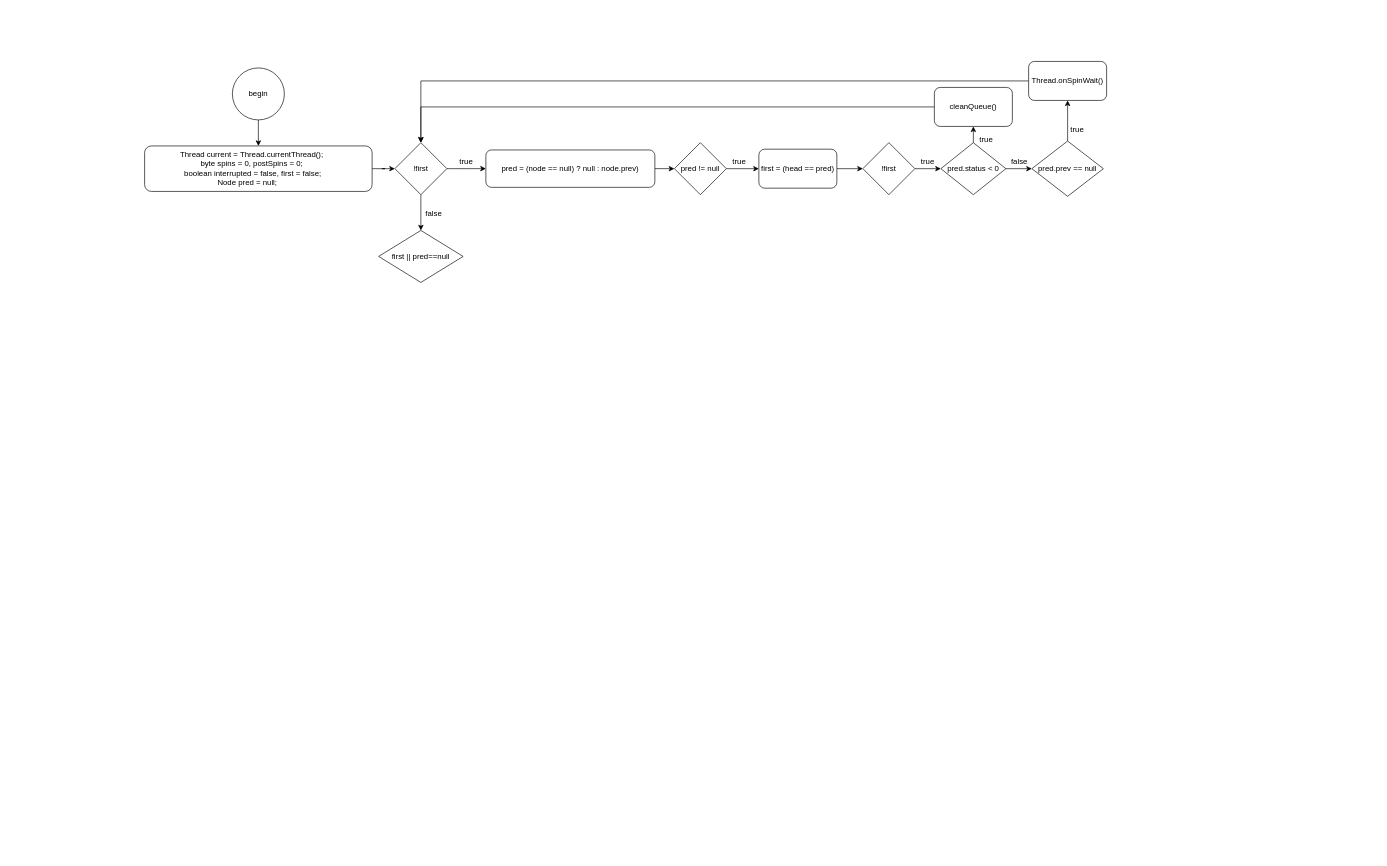
Earlier version of the draw.io diagram AQS-aquire.drawio (lexee/learning). Source tidied: cells renumbered, new cells numbered last; positions are measured from the earlier drawing's top-left corner, leaving out a move shared by most shapes. Both pictures are drawn from the tidied source at 65%, with x=0, y=0 at pixel (144, 61).
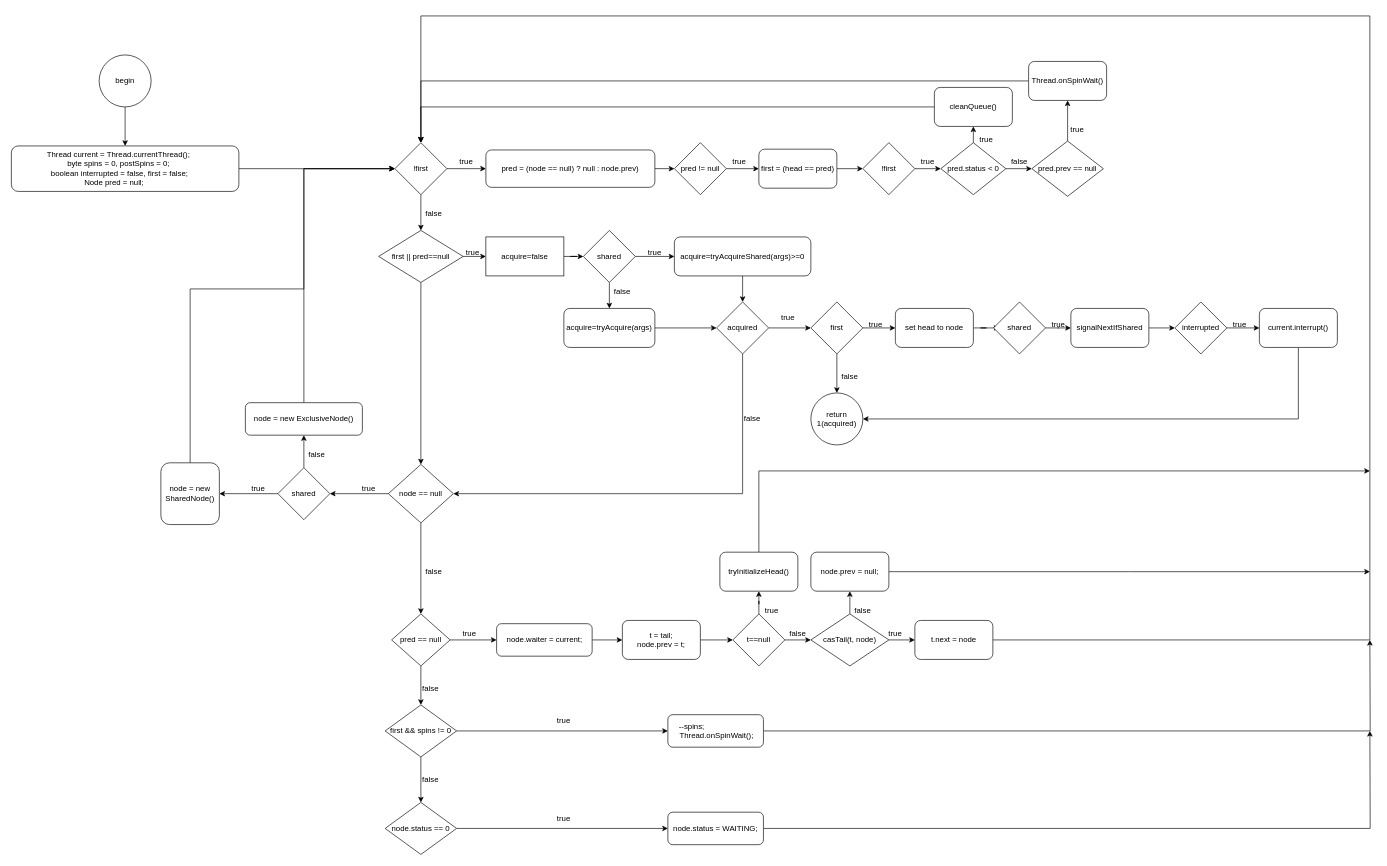
The same page after the edit.

The change refers to these unchanged cells:
```xml
<mxCell id="8" value="!first" style="rhombus;whiteSpace=wrap;html=1;" parent="1" vertex="1">
  <mxGeometry x="385" y="125" width="80" height="80" as="geometry" />
</mxCell>
<mxCell id="32" value="first || pred==null" style="rhombus;whiteSpace=wrap;html=1;" parent="1" vertex="1">
  <mxGeometry x="360" y="260" width="130" height="80" as="geometry" />
</mxCell>
```

What changed in the source:
```diff
@@
     <mxCell id="3" value="begin" style="ellipse;whiteSpace=wrap;html=1;" parent="1" vertex="1">
-      <mxGeometry x="135" y="10" width="80" height="80" as="geometry" />
+      <mxGeometry x="-70" y="-10" width="80" height="80" as="geometry" />
     </mxCell>
@@
     <mxCell id="5" value="&lt;div&gt;Thread current = Thread.currentThread();&amp;nbsp;&amp;nbsp;&amp;nbsp;&amp;nbsp;&amp;nbsp;&amp;nbsp; &lt;br&gt;&lt;/div&gt;&lt;div&gt;&amp;nbsp;byte spins = 0, postSpins = 0;&amp;nbsp;&amp;nbsp;&amp;nbsp;&amp;nbsp;&amp;nbsp;&amp;nbsp;&amp;nbsp; &lt;br&gt;&lt;/div&gt;&lt;div&gt;&amp;nbsp;boolean interrupted = false, first = false;&amp;nbsp;&amp;nbsp;&amp;nbsp;&amp;nbsp;&amp;nbsp;&amp;nbsp; &lt;br&gt;&lt;/div&gt;&lt;div&gt;&amp;nbsp;Node pred = null;&amp;nbsp; &amp;nbsp; &amp;nbsp; &amp;nbsp; &amp;nbsp; &amp;nbsp; &lt;/div&gt;" style="rounded=1;whiteSpace=wrap;html=1;" parent="1" vertex="1">
-      <mxGeometry y="130" width="350" height="70" as="geometry" />
+      <mxGeometry x="-205" y="130" width="350" height="70" as="geometry" />
     </mxCell>
@@
+    <mxCell id="34" style="edgeStyle=orthogonalEdgeStyle;rounded=0;jettySize=auto;html=1;exitX=1;exitY=0.5;exitDx=0;exitDy=0;entryX=0;entryY=0.5;entryDx=0;entryDy=0;" parent="1" edge="1" source="32" target="37">
+      <mxGeometry relative="1" as="geometry" />
+    </mxCell>
+    <mxCell id="35" style="edgeStyle=orthogonalEdgeStyle;rounded=0;jettySize=auto;html=1;" parent="1" edge="1" source="32" target="70">
+      <mxGeometry relative="1" as="geometry" />
+    </mxCell>
@@
+    <mxCell id="36" style="edgeStyle=orthogonalEdgeStyle;rounded=0;jettySize=auto;html=1;entryX=0;entryY=0.5;entryDx=0;entryDy=0;" parent="1" edge="1" source="37" target="40">
+      <mxGeometry relative="1" as="geometry" />
+    </mxCell>
+    <mxCell id="37" value="acquire=false" style="rounded=0;whiteSpace=wrap;html=1;" parent="1" vertex="1">
+      <mxGeometry x="525" y="270" width="120" height="60" as="geometry" />
+    </mxCell>
+    <mxCell id="38" style="edgeStyle=orthogonalEdgeStyle;rounded=0;jettySize=auto;html=1;entryX=0;entryY=0.5;entryDx=0;entryDy=0;" parent="1" edge="1" source="40" target="43">
+      <mxGeometry relative="1" as="geometry" />
+    </mxCell>
+    <mxCell id="39" style="edgeStyle=orthogonalEdgeStyle;rounded=0;jettySize=auto;html=1;exitX=0.5;exitY=1;exitDx=0;exitDy=0;" parent="1" edge="1" source="40" target="46">
+      <mxGeometry relative="1" as="geometry" />
+    </mxCell>
+    <mxCell id="40" value="shared" style="rhombus;whiteSpace=wrap;html=1;" parent="1" vertex="1">
+      <mxGeometry x="675" y="260" width="80" height="80" as="geometry" />
+    </mxCell>
+    <mxCell id="41" value="true" style="text;html=1;strokeColor=none;fillColor=none;align=center;verticalAlign=middle;whiteSpace=wrap;rounded=0;" parent="1" vertex="1">
+      <mxGeometry x="475" y="280" width="60" height="30" as="geometry" />
+    </mxCell>
+    <mxCell id="42" style="edgeStyle=orthogonalEdgeStyle;rounded=0;jettySize=auto;html=1;" parent="1" edge="1" source="43" target="50">
+      <mxGeometry relative="1" as="geometry" />
+    </mxCell>
+    <mxCell id="43" value="acquire=tryAcquireShared(args)&amp;gt;=0" style="rounded=1;whiteSpace=wrap;html=1;" parent="1" vertex="1">
+      <mxGeometry x="815" y="270" width="210" height="60" as="geometry" />
+    </mxCell>
+    <mxCell id="44" value="true" style="text;html=1;strokeColor=none;fillColor=none;align=center;verticalAlign=middle;whiteSpace=wrap;rounded=0;" parent="1" vertex="1">
+      <mxGeometry x="755" y="280" width="60" height="30" as="geometry" />
+    </mxCell>
+    <mxCell id="45" style="edgeStyle=orthogonalEdgeStyle;rounded=0;jettySize=auto;html=1;" parent="1" edge="1" source="46" target="50">
+      <mxGeometry relative="1" as="geometry" />
+    </mxCell>
+    <mxCell id="46" value="acquire=tryAcquire(args)" style="rounded=1;whiteSpace=wrap;html=1;" parent="1" vertex="1">
+      <mxGeometry x="645" y="380" width="140" height="60" as="geometry" />
+    </mxCell>
+    <mxCell id="47" value="false" style="text;html=1;strokeColor=none;fillColor=none;align=center;verticalAlign=middle;whiteSpace=wrap;rounded=0;" parent="1" vertex="1">
+      <mxGeometry x="705" y="340" width="60" height="30" as="geometry" />
+    </mxCell>
+    <mxCell id="48" style="edgeStyle=orthogonalEdgeStyle;rounded=0;jettySize=auto;html=1;entryX=0;entryY=0.5;entryDx=0;entryDy=0;" parent="1" edge="1" source="50" target="53">
+      <mxGeometry relative="1" as="geometry" />
+    </mxCell>
+    <mxCell id="49" style="edgeStyle=orthogonalEdgeStyle;rounded=0;jettySize=auto;html=1;entryX=1;entryY=0.5;entryDx=0;entryDy=0;" parent="1" edge="1" source="50" target="70">
+      <mxGeometry relative="1" as="geometry">
+        <Array as="points">
+          <mxPoint x="920" y="665" />
+        </Array>
+      </mxGeometry>
+    </mxCell>
+    <mxCell id="50" value="acquired" style="rhombus;whiteSpace=wrap;html=1;" parent="1" vertex="1">
+      <mxGeometry x="880" y="370" width="80" height="80" as="geometry" />
+    </mxCell>
+    <mxCell id="51" style="edgeStyle=orthogonalEdgeStyle;rounded=0;jettySize=auto;html=1;exitX=1;exitY=0.5;exitDx=0;exitDy=0;entryX=0;entryY=0.5;entryDx=0;entryDy=0;" parent="1" edge="1" source="53" target="56">
+      <mxGeometry relative="1" as="geometry" />
+    </mxCell>
+    <mxCell id="52" style="edgeStyle=orthogonalEdgeStyle;rounded=0;jettySize=auto;html=1;entryX=0.5;entryY=0;entryDx=0;entryDy=0;" parent="1" edge="1" source="53" target="68">
+      <mxGeometry relative="1" as="geometry" />
+    </mxCell>
+    <mxCell id="53" value="first" style="rhombus;whiteSpace=wrap;html=1;" parent="1" vertex="1">
+      <mxGeometry x="1025" y="370" width="80" height="80" as="geometry" />
+    </mxCell>
+    <mxCell id="54" value="true" style="text;html=1;strokeColor=none;fillColor=none;align=center;verticalAlign=middle;whiteSpace=wrap;rounded=0;" parent="1" vertex="1">
+      <mxGeometry x="960" y="380" width="60" height="30" as="geometry" />
+    </mxCell>
+    <mxCell id="55" style="edgeStyle=orthogonalEdgeStyle;rounded=0;jettySize=auto;html=1;entryX=0.113;entryY=0.5;entryDx=0;entryDy=0;entryPerimeter=0;" parent="1" edge="1" source="56" target="59">
+      <mxGeometry relative="1" as="geometry" />
+    </mxCell>
+    <mxCell id="56" value="set head to node" style="rounded=1;whiteSpace=wrap;html=1;" parent="1" vertex="1">
+      <mxGeometry x="1155" y="380" width="120" height="60" as="geometry" />
+    </mxCell>
+    <mxCell id="57" value="true" style="text;html=1;strokeColor=none;fillColor=none;align=center;verticalAlign=middle;whiteSpace=wrap;rounded=0;" parent="1" vertex="1">
+      <mxGeometry x="1095" y="390" width="60" height="30" as="geometry" />
+    </mxCell>
+    <mxCell id="58" style="edgeStyle=orthogonalEdgeStyle;rounded=0;jettySize=auto;html=1;entryX=0;entryY=0.5;entryDx=0;entryDy=0;" parent="1" edge="1" source="59" target="61">
+      <mxGeometry relative="1" as="geometry" />
+    </mxCell>
+    <mxCell id="59" value="shared" style="rhombus;whiteSpace=wrap;html=1;" parent="1" vertex="1">
+      <mxGeometry x="1306" y="370" width="80" height="80" as="geometry" />
+    </mxCell>
+    <mxCell id="60" style="edgeStyle=orthogonalEdgeStyle;rounded=0;jettySize=auto;html=1;entryX=0;entryY=0.5;entryDx=0;entryDy=0;" parent="1" edge="1" source="61" target="64">
+      <mxGeometry relative="1" as="geometry" />
+    </mxCell>
+    <mxCell id="61" value="signalNextIfShared" style="rounded=1;whiteSpace=wrap;html=1;" parent="1" vertex="1">
+      <mxGeometry x="1425" y="380" width="120" height="60" as="geometry" />
+    </mxCell>
+    <mxCell id="62" value="true" style="text;html=1;strokeColor=none;fillColor=none;align=center;verticalAlign=middle;whiteSpace=wrap;rounded=0;" parent="1" vertex="1">
+      <mxGeometry x="1376" y="390" width="60" height="30" as="geometry" />
+    </mxCell>
+    <mxCell id="63" style="edgeStyle=orthogonalEdgeStyle;rounded=0;jettySize=auto;html=1;entryX=0;entryY=0.5;entryDx=0;entryDy=0;" parent="1" edge="1" source="64" target="66">
+      <mxGeometry relative="1" as="geometry" />
+    </mxCell>
+    <mxCell id="64" value="interrupted" style="rhombus;whiteSpace=wrap;html=1;" parent="1" vertex="1">
+      <mxGeometry x="1585" y="370" width="80" height="80" as="geometry" />
+    </mxCell>
+    <mxCell id="65" style="edgeStyle=orthogonalEdgeStyle;rounded=0;jettySize=auto;html=1;entryX=1;entryY=0.5;entryDx=0;entryDy=0;" parent="1" edge="1" source="66" target="68">
+      <mxGeometry relative="1" as="geometry">
+        <Array as="points">
+          <mxPoint x="1775" y="550" />
+        </Array>
+      </mxGeometry>
+    </mxCell>
+    <mxCell id="66" value="current.interrupt()" style="rounded=1;whiteSpace=wrap;html=1;" parent="1" vertex="1">
+      <mxGeometry x="1715" y="380" width="120" height="60" as="geometry" />
+    </mxCell>
+    <mxCell id="67" value="true" style="text;html=1;strokeColor=none;fillColor=none;align=center;verticalAlign=middle;whiteSpace=wrap;rounded=0;" parent="1" vertex="1">
+      <mxGeometry x="1655" y="390" width="60" height="30" as="geometry" />
+    </mxCell>
+    <mxCell id="68" value="return 1(acquired)" style="ellipse;whiteSpace=wrap;html=1;" parent="1" vertex="1">
+      <mxGeometry x="1025" y="510" width="80" height="80" as="geometry" />
+    </mxCell>
+    <mxCell id="69" style="edgeStyle=orthogonalEdgeStyle;rounded=0;jettySize=auto;html=1;" parent="1" edge="1" source="70" target="84">
+      <mxGeometry relative="1" as="geometry" />
+    </mxCell>
+    <mxCell id="70" value="node == null" style="rhombus;whiteSpace=wrap;html=1;rotation=0;" parent="1" vertex="1">
+      <mxGeometry x="375" y="620" width="100" height="90" as="geometry" />
+    </mxCell>
+    <mxCell id="71" style="edgeStyle=orthogonalEdgeStyle;rounded=0;jettySize=auto;html=1;" parent="1" edge="1" source="73" target="77">
+      <mxGeometry relative="1" as="geometry" />
+    </mxCell>
+    <mxCell id="72" style="edgeStyle=orthogonalEdgeStyle;rounded=0;jettySize=auto;html=1;" parent="1" edge="1" source="73" target="79">
+      <mxGeometry relative="1" as="geometry" />
+    </mxCell>
+    <mxCell id="73" value="shared" style="rhombus;whiteSpace=wrap;html=1;" parent="1" vertex="1">
+      <mxGeometry x="205" y="625" width="80" height="80" as="geometry" />
+    </mxCell>
+    <mxCell id="74" style="edgeStyle=orthogonalEdgeStyle;rounded=0;jettySize=auto;html=1;" parent="1" edge="1" source="70" target="73">
+      <mxGeometry relative="1" as="geometry" />
+    </mxCell>
+    <mxCell id="75" value="true" style="text;html=1;strokeColor=none;fillColor=none;align=center;verticalAlign=middle;whiteSpace=wrap;rounded=0;" parent="1" vertex="1">
+      <mxGeometry x="315" y="642.5" width="60" height="30" as="geometry" />
+    </mxCell>
+    <mxCell id="76" style="edgeStyle=orthogonalEdgeStyle;rounded=0;jettySize=auto;html=1;entryX=0;entryY=0.5;entryDx=0;entryDy=0;" parent="1" edge="1" source="77" target="8">
+      <mxGeometry relative="1" as="geometry">
+        <Array as="points">
+          <mxPoint x="70" y="350" />
+          <mxPoint x="245" y="350" />
+          <mxPoint x="245" y="165" />
+        </Array>
+      </mxGeometry>
+    </mxCell>
+    <mxCell id="77" value="node = new SharedNode()" style="rounded=1;whiteSpace=wrap;html=1;direction=south;" parent="1" vertex="1">
+      <mxGeometry x="25" y="617.5" width="90" height="95" as="geometry" />
+    </mxCell>
+    <mxCell id="78" style="edgeStyle=orthogonalEdgeStyle;rounded=0;jettySize=auto;html=1;entryX=0;entryY=0.5;entryDx=0;entryDy=0;" parent="1" edge="1" source="79" target="8">
+      <mxGeometry relative="1" as="geometry">
+        <Array as="points">
+          <mxPoint x="245" y="165" />
+        </Array>
+      </mxGeometry>
+    </mxCell>
+    <mxCell id="79" value="node = new ExclusiveNode()" style="rounded=1;whiteSpace=wrap;html=1;" parent="1" vertex="1">
+      <mxGeometry x="155" y="525" width="180" height="50" as="geometry" />
+    </mxCell>
+    <mxCell id="80" value="true" style="text;html=1;strokeColor=none;fillColor=none;align=center;verticalAlign=middle;whiteSpace=wrap;rounded=0;" parent="1" vertex="1">
+      <mxGeometry x="145" y="642.5" width="60" height="30" as="geometry" />
+    </mxCell>
+    <mxCell id="81" value="false" style="text;html=1;strokeColor=none;fillColor=none;align=center;verticalAlign=middle;whiteSpace=wrap;rounded=0;" parent="1" vertex="1">
+      <mxGeometry x="235" y="590" width="60" height="30" as="geometry" />
+    </mxCell>
+    <mxCell id="82" style="edgeStyle=orthogonalEdgeStyle;rounded=0;jettySize=auto;html=1;" parent="1" edge="1" source="84" target="87">
+      <mxGeometry relative="1" as="geometry" />
+    </mxCell>
+    <mxCell id="83" style="edgeStyle=orthogonalEdgeStyle;rounded=0;jettySize=auto;html=1;" parent="1" edge="1" source="84" target="109">
+      <mxGeometry relative="1" as="geometry" />
+    </mxCell>
+    <mxCell id="84" value="pred == null" style="rhombus;whiteSpace=wrap;html=1;" parent="1" vertex="1">
+      <mxGeometry x="380" y="850" width="90" height="80" as="geometry" />
+    </mxCell>
+    <mxCell id="85" value="false" style="text;html=1;strokeColor=none;fillColor=none;align=center;verticalAlign=middle;whiteSpace=wrap;rounded=0;" parent="1" vertex="1">
+      <mxGeometry x="415" y="770" width="60" height="30" as="geometry" />
+    </mxCell>
+    <mxCell id="86" style="edgeStyle=orthogonalEdgeStyle;rounded=0;jettySize=auto;html=1;" parent="1" edge="1" source="87" target="89">
+      <mxGeometry relative="1" as="geometry" />
+    </mxCell>
+    <mxCell id="87" value="node.waiter = current;" style="rounded=1;whiteSpace=wrap;html=1;" parent="1" vertex="1">
+      <mxGeometry x="541.5" y="865" width="147" height="50" as="geometry" />
+    </mxCell>
+    <mxCell id="88" style="edgeStyle=orthogonalEdgeStyle;rounded=0;jettySize=auto;html=1;" parent="1" edge="1" source="89" target="92">
+      <mxGeometry relative="1" as="geometry" />
+    </mxCell>
+    <mxCell id="89" value="&lt;div&gt;t = tail;&lt;/div&gt;&lt;div&gt;node.prev = t;&lt;br&gt;&lt;/div&gt;" style="rounded=1;whiteSpace=wrap;html=1;" parent="1" vertex="1">
+      <mxGeometry x="735" y="860" width="120" height="60" as="geometry" />
+    </mxCell>
+    <mxCell id="90" style="edgeStyle=orthogonalEdgeStyle;rounded=0;jettySize=auto;html=1;" parent="1" edge="1" source="92" target="94">
+      <mxGeometry relative="1" as="geometry" />
+    </mxCell>
+    <mxCell id="91" style="edgeStyle=orthogonalEdgeStyle;rounded=0;jettySize=auto;html=1;" parent="1" edge="1" source="92" target="98">
+      <mxGeometry relative="1" as="geometry" />
+    </mxCell>
+    <mxCell id="92" value="t==null" style="rhombus;whiteSpace=wrap;html=1;" parent="1" vertex="1">
+      <mxGeometry x="905" y="850" width="80" height="80" as="geometry" />
+    </mxCell>
+    <mxCell id="93" style="edgeStyle=orthogonalEdgeStyle;rounded=0;jettySize=auto;html=1;" parent="1" edge="1" source="94">
+      <mxGeometry relative="1" as="geometry">
+        <mxPoint x="1885" y="630" as="targetPoint" />
+        <Array as="points">
+          <mxPoint x="945" y="630" />
+        </Array>
+      </mxGeometry>
+    </mxCell>
+    <mxCell id="94" value="tryInitializeHead()" style="rounded=1;whiteSpace=wrap;html=1;" parent="1" vertex="1">
+      <mxGeometry x="885" y="755" width="120" height="60" as="geometry" />
+    </mxCell>
+    <mxCell id="95" value="true" style="text;html=1;strokeColor=none;fillColor=none;align=center;verticalAlign=middle;whiteSpace=wrap;rounded=0;" parent="1" vertex="1">
+      <mxGeometry x="935" y="830" width="60" height="30" as="geometry" />
+    </mxCell>
+    <mxCell id="96" style="edgeStyle=orthogonalEdgeStyle;rounded=0;jettySize=auto;html=1;exitX=0.5;exitY=0;exitDx=0;exitDy=0;entryX=0.5;entryY=1;entryDx=0;entryDy=0;" parent="1" edge="1" source="98" target="101">
+      <mxGeometry relative="1" as="geometry" />
+    </mxCell>
+    <mxCell id="97" style="edgeStyle=orthogonalEdgeStyle;rounded=0;jettySize=auto;html=1;" parent="1" edge="1" source="98" target="104">
+      <mxGeometry relative="1" as="geometry" />
+    </mxCell>
+    <mxCell id="98" value="casTail(t, node)" style="rhombus;whiteSpace=wrap;html=1;" parent="1" vertex="1">
+      <mxGeometry x="1025" y="850" width="120" height="80" as="geometry" />
+    </mxCell>
+    <mxCell id="99" value="false" style="text;html=1;strokeColor=none;fillColor=none;align=center;verticalAlign=middle;whiteSpace=wrap;rounded=0;" parent="1" vertex="1">
+      <mxGeometry x="975" y="865" width="60" height="30" as="geometry" />
+    </mxCell>
+    <mxCell id="100" style="edgeStyle=orthogonalEdgeStyle;rounded=0;jettySize=auto;html=1;" parent="1" edge="1" source="101">
+      <mxGeometry relative="1" as="geometry">
+        <mxPoint x="1885" y="785" as="targetPoint" />
+      </mxGeometry>
+    </mxCell>
+    <mxCell id="101" value="node.prev = null;" style="rounded=1;whiteSpace=wrap;html=1;" parent="1" vertex="1">
+      <mxGeometry x="1025" y="755" width="120" height="60" as="geometry" />
+    </mxCell>
+    <mxCell id="102" value="false" style="text;html=1;strokeColor=none;fillColor=none;align=center;verticalAlign=middle;whiteSpace=wrap;rounded=0;" parent="1" vertex="1">
+      <mxGeometry x="1075" y="830" width="60" height="30" as="geometry" />
+    </mxCell>
+    <mxCell id="103" style="edgeStyle=orthogonalEdgeStyle;rounded=0;jettySize=auto;html=1;exitX=1;exitY=0.5;exitDx=0;exitDy=0;entryX=0.5;entryY=0;entryDx=0;entryDy=0;" parent="1" edge="1" source="104" target="8">
+      <mxGeometry relative="1" as="geometry">
+        <Array as="points">
+          <mxPoint x="1885" y="890" />
+          <mxPoint x="1885" y="-70" />
+          <mxPoint x="425" y="-70" />
+        </Array>
+      </mxGeometry>
+    </mxCell>
+    <mxCell id="104" value="t.next = node" style="rounded=1;whiteSpace=wrap;html=1;" parent="1" vertex="1">
+      <mxGeometry x="1185" y="860" width="120" height="60" as="geometry" />
+    </mxCell>
+    <mxCell id="105" value="true" style="text;html=1;strokeColor=none;fillColor=none;align=center;verticalAlign=middle;whiteSpace=wrap;rounded=0;" parent="1" vertex="1">
+      <mxGeometry x="1125" y="865" width="60" height="30" as="geometry" />
+    </mxCell>
+    <mxCell id="106" value="true" style="text;html=1;strokeColor=none;fillColor=none;align=center;verticalAlign=middle;whiteSpace=wrap;rounded=0;" parent="1" vertex="1">
+      <mxGeometry x="470" y="865" width="60" height="30" as="geometry" />
+    </mxCell>
+    <mxCell id="107" style="edgeStyle=orthogonalEdgeStyle;rounded=0;jettySize=auto;html=1;" parent="1" edge="1" source="109" target="111">
+      <mxGeometry relative="1" as="geometry" />
+    </mxCell>
+    <mxCell id="108" style="edgeStyle=orthogonalEdgeStyle;rounded=0;jettySize=auto;html=1;exitX=0.5;exitY=1;exitDx=0;exitDy=0;" parent="1" edge="1" source="109" target="115">
+      <mxGeometry relative="1" as="geometry" />
+    </mxCell>
+    <mxCell id="109" value="first &amp;amp;&amp;amp; spins != 0" style="rhombus;whiteSpace=wrap;html=1;" parent="1" vertex="1">
+      <mxGeometry x="370" y="990" width="110" height="80" as="geometry" />
+    </mxCell>
+    <mxCell id="110" style="edgeStyle=orthogonalEdgeStyle;rounded=0;jettySize=auto;html=1;" parent="1" edge="1" source="111">
+      <mxGeometry relative="1" as="geometry">
+        <mxPoint x="1885" y="890" as="targetPoint" />
+      </mxGeometry>
+    </mxCell>
+    <mxCell id="111" value="&amp;nbsp;--spins;&amp;nbsp;&amp;nbsp;&amp;nbsp;&amp;nbsp;&amp;nbsp;&amp;nbsp;&amp;nbsp;&amp;nbsp;&amp;nbsp;&amp;nbsp;&amp;nbsp;&amp;nbsp;&amp;nbsp;&amp;nbsp;&amp;nbsp;&amp;nbsp;&amp;nbsp;&amp;nbsp;&amp;nbsp;&amp;nbsp;&amp;nbsp; &amp;nbsp;&lt;br&gt;&amp;nbsp;Thread.onSpinWait();" style="rounded=1;whiteSpace=wrap;html=1;" parent="1" vertex="1">
+      <mxGeometry x="805" y="1005" width="147" height="50" as="geometry" />
+    </mxCell>
+    <mxCell id="112" value="true" style="text;html=1;strokeColor=none;fillColor=none;align=center;verticalAlign=middle;whiteSpace=wrap;rounded=0;" parent="1" vertex="1">
+      <mxGeometry x="615" y="1000" width="60" height="30" as="geometry" />
+    </mxCell>
+    <mxCell id="113" value="false" style="text;html=1;strokeColor=none;fillColor=none;align=center;verticalAlign=middle;whiteSpace=wrap;rounded=0;" parent="1" vertex="1">
+      <mxGeometry x="410" y="950" width="60" height="30" as="geometry" />
+    </mxCell>
+    <mxCell id="114" style="edgeStyle=orthogonalEdgeStyle;rounded=0;jettySize=auto;html=1;entryX=0;entryY=0.5;entryDx=0;entryDy=0;" parent="1" edge="1" source="115" target="120">
+      <mxGeometry relative="1" as="geometry" />
+    </mxCell>
+    <mxCell id="115" value="node.status == 0" style="rhombus;whiteSpace=wrap;html=1;" parent="1" vertex="1">
+      <mxGeometry x="370" y="1140" width="110" height="80" as="geometry" />
+    </mxCell>
+    <mxCell id="116" value="false" style="text;html=1;strokeColor=none;fillColor=none;align=center;verticalAlign=middle;whiteSpace=wrap;rounded=0;" parent="1" vertex="1">
+      <mxGeometry x="410" y="1090" width="60" height="30" as="geometry" />
+    </mxCell>
+    <mxCell id="117" value="false" style="text;html=1;strokeColor=none;fillColor=none;align=center;verticalAlign=middle;whiteSpace=wrap;rounded=0;" parent="1" vertex="1">
+      <mxGeometry x="905" y="535" width="60" height="30" as="geometry" />
+    </mxCell>
+    <mxCell id="118" value="false" style="text;html=1;strokeColor=none;fillColor=none;align=center;verticalAlign=middle;whiteSpace=wrap;rounded=0;" parent="1" vertex="1">
+      <mxGeometry x="1055" y="470" width="60" height="30" as="geometry" />
+    </mxCell>
+    <mxCell id="119" style="edgeStyle=orthogonalEdgeStyle;rounded=0;jettySize=auto;html=1;" parent="1" edge="1" source="120">
+      <mxGeometry relative="1" as="geometry">
+        <mxPoint x="1885" y="1030" as="targetPoint" />
+      </mxGeometry>
+    </mxCell>
+    <mxCell id="120" value="node.status = WAITING;" style="rounded=1;whiteSpace=wrap;html=1;" parent="1" vertex="1">
+      <mxGeometry x="805" y="1155" width="147" height="50" as="geometry" />
+    </mxCell>
+    <mxCell id="121" value="true" style="text;html=1;strokeColor=none;fillColor=none;align=center;verticalAlign=middle;whiteSpace=wrap;rounded=0;" parent="1" vertex="1">
+      <mxGeometry x="615" y="1150" width="60" height="30" as="geometry" />
+    </mxCell>
```
